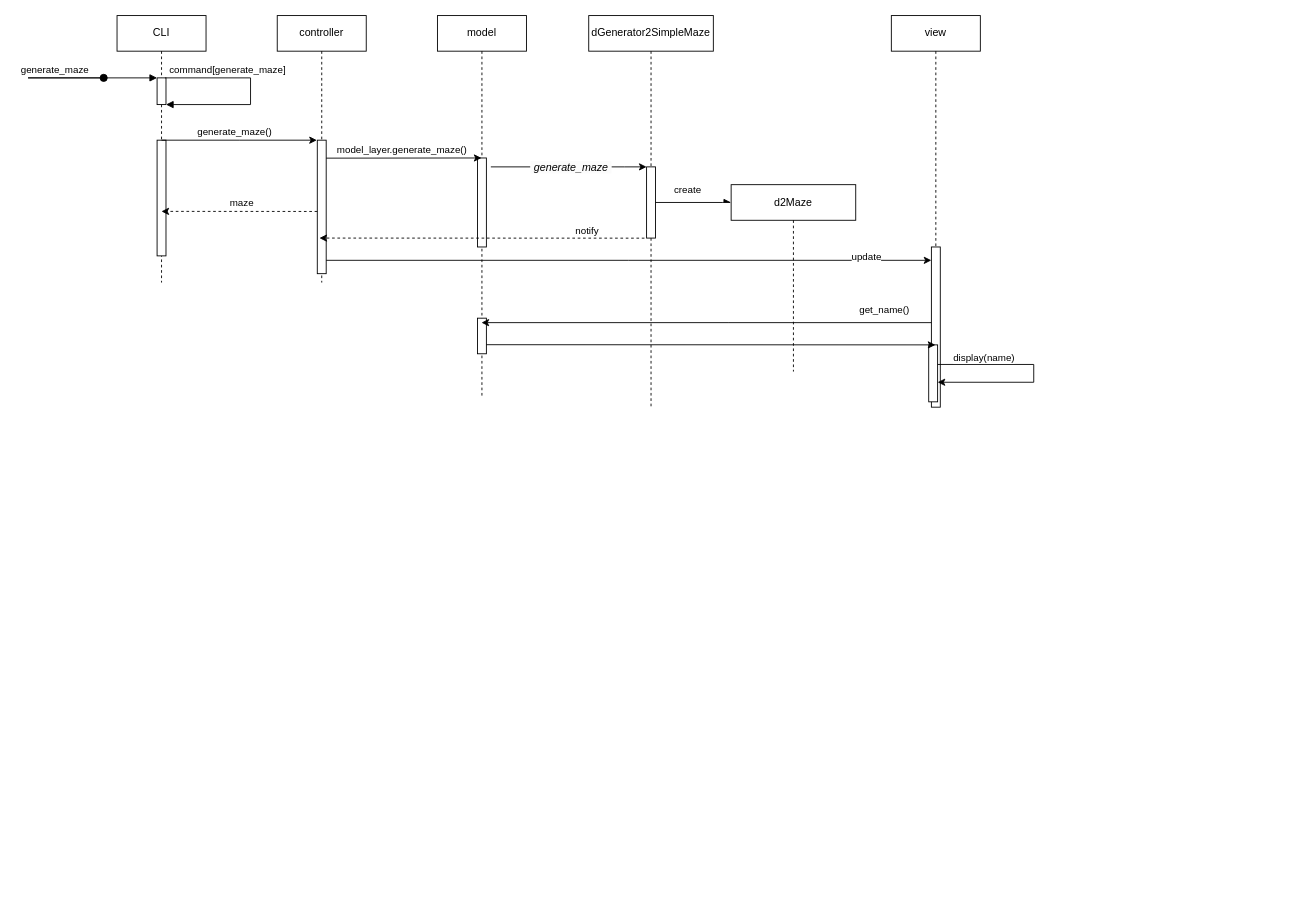
The draw.io diagram sequence.drawio in ronyzrihen/maze2d, before the edit. Source tidied: cells renumbered, new cells numbered last; positions are measured from the earlier drawing's top-left corner, leaving out a move shared by most shapes. Both pictures are drawn from the tidied source at 89%, with x=0, y=0 at pixel (28, 15).
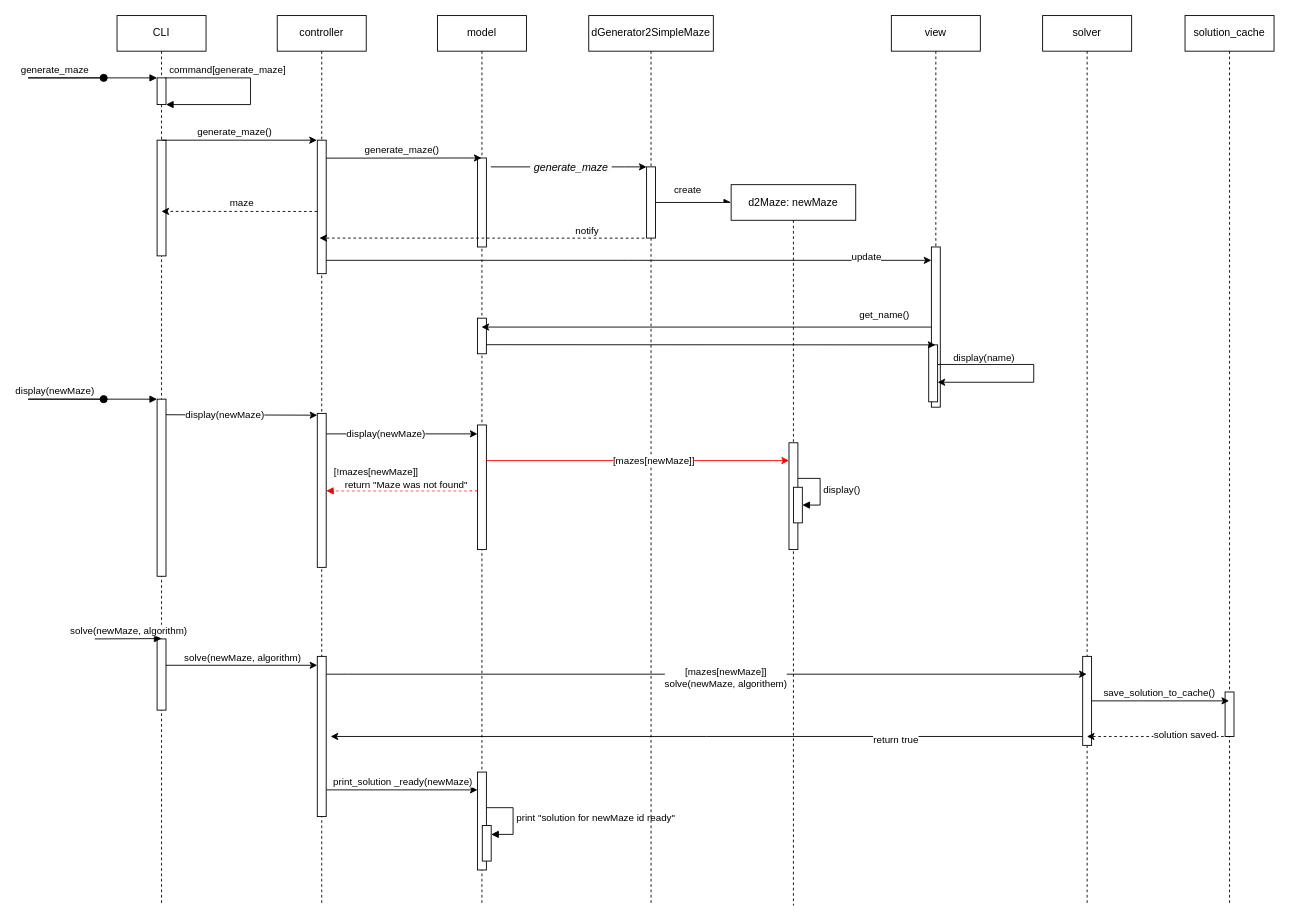
Above is the later version.

The change refers to these unchanged cells:
```xml
<mxCell id="14" style="edgeStyle=elbowEdgeStyle;rounded=0;orthogonalLoop=1;jettySize=auto;html=1;elbow=vertical;curved=0;" parent="1" edge="1">
  <mxGeometry relative="1" as="geometry">
    <mxPoint x="335" y="160.2" as="sourcePoint" />
    <mxPoint x="509.5" y="160.2" as="targetPoint" />
  </mxGeometry>
</mxCell>
```

Diff of the diagram source:
```diff
@@
     <mxCell id="2" value="CLI" style="shape=umlLifeline;perimeter=lifelinePerimeter;whiteSpace=wrap;html=1;newEdgeStyle={&quot;edgeStyle&quot;:&quot;elbowEdgeStyle&quot;,&quot;elbow&quot;:&quot;vertical&quot;,&quot;curved&quot;:0,&quot;rounded&quot;:0};" parent="1" vertex="1">
-      <mxGeometry x="100" width="100" height="300" as="geometry" />
+      <mxGeometry x="100" width="100" height="1000" as="geometry" />
     </mxCell>
@@
+    <mxCell id="37" style="html=1;points=[];perimeter=orthogonalPerimeter;outlineConnect=0;targetShapes=umlLifeline;portConstraint=eastwest;newEdgeStyle={&quot;edgeStyle&quot;:&quot;elbowEdgeStyle&quot;,&quot;elbow&quot;:&quot;vertical&quot;,&quot;curved&quot;:0,&quot;rounded&quot;:0};" parent="2" vertex="1">
+      <mxGeometry x="45" y="700.4" width="10" height="80" as="geometry" />
+    </mxCell>
+    <mxCell id="38" value="solve(newMaze, algorithm)" style="html=1;verticalAlign=bottom;endArrow=block;edgeStyle=elbowEdgeStyle;elbow=vertical;curved=0;rounded=0;" parent="2" edge="1" target="37">
+      <mxGeometry relative="1" as="geometry">
+        <mxPoint x="-25" y="700.4" as="sourcePoint" />
+      </mxGeometry>
+    </mxCell>
     <mxCell id="6" value="controller" style="shape=umlLifeline;perimeter=lifelinePerimeter;whiteSpace=wrap;html=1;newEdgeStyle={&quot;edgeStyle&quot;:&quot;elbowEdgeStyle&quot;,&quot;elbow&quot;:&quot;vertical&quot;,&quot;curved&quot;:0,&quot;rounded&quot;:0};" parent="1" vertex="1">
-      <mxGeometry x="280" width="100" height="300" as="geometry" />
+      <mxGeometry x="280" width="100" height="1000" as="geometry" />
     </mxCell>
@@
     <mxCell id="9" value="model" style="shape=umlLifeline;perimeter=lifelinePerimeter;whiteSpace=wrap;html=1;outlineConnect=0;portConstraint=eastwest;newEdgeStyle={&quot;edgeStyle&quot;:&quot;elbowEdgeStyle&quot;,&quot;elbow&quot;:&quot;vertical&quot;,&quot;curved&quot;:0,&quot;rounded&quot;:0};" parent="1" vertex="1">
-      <mxGeometry x="460" width="100" height="430" as="geometry" />
+      <mxGeometry x="460" width="100" height="1000" as="geometry" />
     </mxCell>
@@
+    <mxCell id="39" style="html=1;points=[];perimeter=orthogonalPerimeter;outlineConnect=0;targetShapes=umlLifeline;portConstraint=eastwest;newEdgeStyle={&quot;edgeStyle&quot;:&quot;elbowEdgeStyle&quot;,&quot;elbow&quot;:&quot;vertical&quot;,&quot;curved&quot;:0,&quot;rounded&quot;:0};" parent="9" vertex="1">
+      <mxGeometry x="45" y="460" width="10" height="140" as="geometry" />
+    </mxCell>
+    <mxCell id="40" style="html=1;points=[];perimeter=orthogonalPerimeter;outlineConnect=0;targetShapes=umlLifeline;portConstraint=eastwest;newEdgeStyle={&quot;edgeStyle&quot;:&quot;elbowEdgeStyle&quot;,&quot;elbow&quot;:&quot;vertical&quot;,&quot;curved&quot;:0,&quot;rounded&quot;:0};" parent="9" vertex="1">
+      <mxGeometry x="45" y="850" width="10" height="110" as="geometry" />
+    </mxCell>
+    <mxCell id="41" style="html=1;points=[];perimeter=orthogonalPerimeter;outlineConnect=0;targetShapes=umlLifeline;portConstraint=eastwest;newEdgeStyle={&quot;edgeStyle&quot;:&quot;elbowEdgeStyle&quot;,&quot;elbow&quot;:&quot;vertical&quot;,&quot;curved&quot;:0,&quot;rounded&quot;:0};" parent="9" vertex="1">
+      <mxGeometry x="50.4" y="910" width="10" height="40" as="geometry" />
+    </mxCell>
+    <mxCell id="42" value="print &quot;solution for newMaze id ready&quot;" style="html=1;align=left;spacingLeft=2;endArrow=block;rounded=0;edgeStyle=orthogonalEdgeStyle;curved=0;rounded=0;" parent="9" edge="1" target="41">
+      <mxGeometry relative="1" as="geometry">
+        <mxPoint x="55.4" y="890" as="sourcePoint" />
+        <Array as="points">
+          <mxPoint x="85" y="890" />
+          <mxPoint x="85" y="920" />
+        </Array>
+      </mxGeometry>
+    </mxCell>
@@
-    <mxCell id="15" value="model_layer.generate_maze()" style="edgeLabel;html=1;align=center;verticalAlign=middle;" parent="14" vertex="1">
+    <mxCell id="15" value="generate_maze()" style="edgeLabel;html=1;align=center;verticalAlign=middle;" parent="14" vertex="1">
       <mxGeometry x="-0.67" y="1" relative="1" as="geometry">
         <mxPoint x="56" y="-9" as="offset" />
       </mxGeometry>
     </mxCell>
     <mxCell id="16" value="dGenerator2SimpleMaze" style="shape=umlLifeline;perimeter=lifelinePerimeter;whiteSpace=wrap;html=1;newEdgeStyle={&quot;edgeStyle&quot;:&quot;elbowEdgeStyle&quot;,&quot;elbow&quot;:&quot;vertical&quot;,&quot;curved&quot;:0,&quot;rounded&quot;:0};" parent="1" vertex="1">
-      <mxGeometry x="630" width="140" height="440" as="geometry" />
+      <mxGeometry x="630" width="140" height="1000" as="geometry" />
     </mxCell>
@@
-    <mxCell id="24" value="d2Maze" style="shape=umlLifeline;perimeter=lifelinePerimeter;whiteSpace=wrap;html=1;newEdgeStyle={&quot;edgeStyle&quot;:&quot;elbowEdgeStyle&quot;,&quot;elbow&quot;:&quot;vertical&quot;,&quot;curved&quot;:0,&quot;rounded&quot;:0};" parent="1" vertex="1">
-      <mxGeometry x="790" y="190" width="140" height="210" as="geometry" />
+    <mxCell id="24" value="d2Maze: newMaze" style="shape=umlLifeline;perimeter=lifelinePerimeter;whiteSpace=wrap;html=1;newEdgeStyle={&quot;edgeStyle&quot;:&quot;elbowEdgeStyle&quot;,&quot;elbow&quot;:&quot;vertical&quot;,&quot;curved&quot;:0,&quot;rounded&quot;:0};" parent="1" vertex="1">
+      <mxGeometry x="790" y="190" width="140" height="810" as="geometry" />
     </mxCell>
+    <mxCell id="43" style="html=1;points=[];perimeter=orthogonalPerimeter;outlineConnect=0;targetShapes=umlLifeline;portConstraint=eastwest;newEdgeStyle={&quot;edgeStyle&quot;:&quot;elbowEdgeStyle&quot;,&quot;elbow&quot;:&quot;vertical&quot;,&quot;curved&quot;:0,&quot;rounded&quot;:0};" parent="24" vertex="1">
+      <mxGeometry x="65" y="290" width="10" height="120" as="geometry" />
+    </mxCell>
+    <mxCell id="44" style="html=1;points=[];perimeter=orthogonalPerimeter;outlineConnect=0;targetShapes=umlLifeline;portConstraint=eastwest;newEdgeStyle={&quot;edgeStyle&quot;:&quot;elbowEdgeStyle&quot;,&quot;elbow&quot;:&quot;vertical&quot;,&quot;curved&quot;:0,&quot;rounded&quot;:0};" parent="24" vertex="1">
+      <mxGeometry x="70" y="340" width="10" height="40" as="geometry" />
+    </mxCell>
+    <mxCell id="45" value="display()" style="html=1;align=left;spacingLeft=2;endArrow=block;rounded=0;edgeStyle=orthogonalEdgeStyle;curved=0;rounded=0;" parent="24" edge="1" source="43" target="44">
+      <mxGeometry relative="1" as="geometry">
+        <Array as="points">
+          <mxPoint x="100" y="330" />
+          <mxPoint x="100" y="360" />
+        </Array>
+      </mxGeometry>
+    </mxCell>
@@
+    <mxCell id="46" value="display(newMaze)" style="html=1;verticalAlign=bottom;startArrow=oval;endArrow=block;startSize=8;edgeStyle=elbowEdgeStyle;elbow=vertical;curved=0;rounded=0;" parent="1" edge="1" target="47">
+      <mxGeometry relative="1" as="geometry">
+        <mxPoint x="85" y="431" as="sourcePoint" />
+        <Array as="points">
+          <mxPoint y="431" />
+        </Array>
+      </mxGeometry>
+    </mxCell>
+    <mxCell id="47" style="html=1;points=[];perimeter=orthogonalPerimeter;outlineConnect=0;targetShapes=umlLifeline;portConstraint=eastwest;newEdgeStyle={&quot;edgeStyle&quot;:&quot;elbowEdgeStyle&quot;,&quot;elbow&quot;:&quot;vertical&quot;,&quot;curved&quot;:0,&quot;rounded&quot;:0};" parent="1" vertex="1">
+      <mxGeometry x="145" y="431" width="10" height="199" as="geometry" />
+    </mxCell>
+    <mxCell id="48" style="edgeStyle=elbowEdgeStyle;rounded=0;jettySize=auto;html=1;elbow=vertical;curved=0;" parent="1" edge="1" target="50">
+      <mxGeometry relative="1" as="geometry">
+        <mxPoint x="155" y="448.5" as="sourcePoint" />
+      </mxGeometry>
+    </mxCell>
+    <mxCell id="49" value="display(newMaze)" style="edgeLabel;html=1;align=center;verticalAlign=middle;" parent="48" vertex="1">
+      <mxGeometry x="-0.22" y="2" relative="1" as="geometry">
+        <mxPoint y="1" as="offset" />
+      </mxGeometry>
+    </mxCell>
+    <mxCell id="50" style="html=1;points=[];perimeter=orthogonalPerimeter;outlineConnect=0;targetShapes=umlLifeline;portConstraint=eastwest;newEdgeStyle={&quot;edgeStyle&quot;:&quot;elbowEdgeStyle&quot;,&quot;elbow&quot;:&quot;vertical&quot;,&quot;curved&quot;:0,&quot;rounded&quot;:0};" parent="1" vertex="1">
+      <mxGeometry x="325" y="447" width="10" height="173" as="geometry" />
+    </mxCell>
+    <mxCell id="51" style="edgeStyle=elbowEdgeStyle;rounded=0;orthogonalLoop=1;jettySize=auto;html=1;elbow=vertical;curved=0;" parent="1" edge="1">
+      <mxGeometry relative="1" as="geometry">
+        <mxPoint x="335" y="470" as="sourcePoint" />
+        <mxPoint x="505" y="470" as="targetPoint" />
+      </mxGeometry>
+    </mxCell>
+    <mxCell id="52" value="display(newMaze)" style="edgeLabel;html=1;align=center;verticalAlign=middle;" parent="51" vertex="1">
+      <mxGeometry x="-0.22" y="2" relative="1" as="geometry">
+        <mxPoint y="1" as="offset" />
+      </mxGeometry>
+    </mxCell>
+    <mxCell id="53" style="edgeStyle=elbowEdgeStyle;rounded=0;orthogonalLoop=1;jettySize=auto;html=1;elbow=vertical;curved=0;strokeColor=#FF0000;" parent="1" edge="1">
+      <mxGeometry relative="1" as="geometry">
+        <mxPoint x="515" y="500" as="sourcePoint" />
+        <mxPoint x="855" y="500.1" as="targetPoint" />
+      </mxGeometry>
+    </mxCell>
+    <mxCell id="54" value="[mazes[newMaze]]" style="edgeLabel;html=1;align=center;verticalAlign=middle;" parent="53" vertex="1">
+      <mxGeometry x="0.1" y="1" relative="1" as="geometry" />
+    </mxCell>
+    <mxCell id="55" value="[!mazes[newMaze]]&lt;br&gt;&amp;nbsp; &amp;nbsp; return &quot;Maze was not found&quot;" style="html=1;align=left;spacingLeft=2;endArrow=block;rounded=0;edgeStyle=orthogonalEdgeStyle;curved=0;rounded=0;dashed=1;strokeColor=#FF0000;" parent="1" edge="1" source="39" target="50">
+      <mxGeometry x="0.94" y="-14" relative="1" as="geometry">
+        <Array as="points">
+          <mxPoint x="400" y="534" />
+        </Array>
+      </mxGeometry>
+    </mxCell>
+    <mxCell id="56" value="solver" style="shape=umlLifeline;perimeter=lifelinePerimeter;whiteSpace=wrap;html=1;newEdgeStyle={&quot;edgeStyle&quot;:&quot;elbowEdgeStyle&quot;,&quot;elbow&quot;:&quot;vertical&quot;,&quot;curved&quot;:0,&quot;rounded&quot;:0};" parent="1" vertex="1">
+      <mxGeometry x="1140" width="100" height="1000" as="geometry" />
+    </mxCell>
+    <mxCell id="57" style="edgeStyle=elbowEdgeStyle;rounded=0;jettySize=auto;html=1;elbow=vertical;curved=0;" parent="56" edge="1" source="59">
+      <mxGeometry relative="1" as="geometry">
+        <mxPoint x="-800" y="810" as="targetPoint" />
+      </mxGeometry>
+    </mxCell>
+    <mxCell id="58" value="return true" style="edgeLabel;html=1;align=center;verticalAlign=middle;" parent="57" vertex="1">
+      <mxGeometry x="-0.5" y="3" relative="1" as="geometry" />
+    </mxCell>
+    <mxCell id="59" style="html=1;points=[];perimeter=orthogonalPerimeter;outlineConnect=0;targetShapes=umlLifeline;portConstraint=eastwest;newEdgeStyle={&quot;edgeStyle&quot;:&quot;elbowEdgeStyle&quot;,&quot;elbow&quot;:&quot;vertical&quot;,&quot;curved&quot;:0,&quot;rounded&quot;:0};" parent="56" vertex="1">
+      <mxGeometry x="45" y="720" width="10" height="100" as="geometry" />
+    </mxCell>
+    <mxCell id="60" style="edgeStyle=elbowEdgeStyle;rounded=0;orthogonalLoop=1;jettySize=auto;html=1;elbow=vertical;curved=0;" parent="1" edge="1">
+      <mxGeometry relative="1" as="geometry">
+        <mxPoint x="335" y="740" as="sourcePoint" />
+        <mxPoint x="1189.5" y="740" as="targetPoint" />
+        <Array as="points">
+          <mxPoint x="360" y="740" />
+        </Array>
+      </mxGeometry>
+    </mxCell>
+    <mxCell id="61" value="[mazes[newMaze]]&lt;br&gt;solve(newMaze, algorithem)" style="edgeLabel;html=1;align=center;verticalAlign=middle;" parent="60" vertex="1">
+      <mxGeometry x="0.05" y="-3" relative="1" as="geometry">
+        <mxPoint x="-1" as="offset" />
+      </mxGeometry>
+    </mxCell>
+    <mxCell id="62" style="edgeStyle=elbowEdgeStyle;rounded=0;orthogonalLoop=1;jettySize=auto;html=1;elbow=vertical;curved=0;" parent="1" edge="1">
+      <mxGeometry relative="1" as="geometry">
+        <mxPoint x="155" y="730" as="sourcePoint" />
+        <mxPoint x="325" y="730" as="targetPoint" />
+      </mxGeometry>
+    </mxCell>
+    <mxCell id="63" value="solve(newMaze, algorithm)" style="edgeLabel;html=1;align=center;verticalAlign=middle;" parent="62" vertex="1">
+      <mxGeometry x="0.2" y="-2" relative="1" as="geometry">
+        <mxPoint x="-17" y="-11" as="offset" />
+      </mxGeometry>
+    </mxCell>
+    <mxCell id="64" style="edgeStyle=elbowEdgeStyle;rounded=0;jettySize=auto;html=1;elbow=vertical;curved=0;" parent="1" edge="1" target="40">
+      <mxGeometry relative="1" as="geometry">
+        <mxPoint x="335" y="870" as="sourcePoint" />
+      </mxGeometry>
+    </mxCell>
+    <mxCell id="65" value="print_solution _ready(newMaze)" style="edgeLabel;html=1;align=center;verticalAlign=middle;" parent="64" vertex="1">
+      <mxGeometry relative="1" as="geometry">
+        <mxPoint y="-10" as="offset" />
+      </mxGeometry>
+    </mxCell>
+    <mxCell id="66" style="html=1;perimeter=orthogonalPerimeter;targetShapes=umlLifeline;newEdgeStyle={&quot;edgeStyle&quot;:&quot;elbowEdgeStyle&quot;,&quot;elbow&quot;:&quot;vertical&quot;,&quot;curved&quot;:0,&quot;rounded&quot;:0};" parent="1" vertex="1">
+      <mxGeometry x="325" y="720" width="10" height="180" as="geometry" />
+    </mxCell>
+    <mxCell id="67" value="solution_cache" style="shape=umlLifeline;perimeter=lifelinePerimeter;whiteSpace=wrap;html=1;outlineConnect=0;portConstraint=eastwest;newEdgeStyle={&quot;edgeStyle&quot;:&quot;elbowEdgeStyle&quot;,&quot;elbow&quot;:&quot;vertical&quot;,&quot;curved&quot;:0,&quot;rounded&quot;:0};" parent="1" vertex="1">
+      <mxGeometry x="1300" width="100" height="1000" as="geometry" />
+    </mxCell>
+    <mxCell id="68" style="html=1;perimeter=orthogonalPerimeter;targetShapes=umlLifeline;newEdgeStyle={&quot;edgeStyle&quot;:&quot;elbowEdgeStyle&quot;,&quot;elbow&quot;:&quot;vertical&quot;,&quot;curved&quot;:0,&quot;rounded&quot;:0};" parent="67" vertex="1">
+      <mxGeometry x="45" y="760" width="10" height="50" as="geometry" />
+    </mxCell>
+    <mxCell id="69" style="edgeStyle=elbowEdgeStyle;rounded=0;jettySize=auto;html=1;elbow=vertical;curved=0;" parent="1" edge="1" source="59" target="67">
+      <mxGeometry relative="1" as="geometry" />
+    </mxCell>
+    <mxCell id="70" value="save_solution_to_cache()" style="edgeLabel;html=1;align=center;verticalAlign=middle;" parent="69" vertex="1">
+      <mxGeometry x="0.32" y="-1" relative="1" as="geometry">
+        <mxPoint x="-27" y="-11" as="offset" />
+      </mxGeometry>
+    </mxCell>
+    <mxCell id="71" style="edgeStyle=elbowEdgeStyle;rounded=0;jettySize=auto;html=1;elbow=horizontal;curved=0;dashed=1;" parent="1" edge="1" source="67">
+      <mxGeometry relative="1" as="geometry">
+        <mxPoint x="1189.7" y="810" as="targetPoint" />
+        <Array as="points">
+          <mxPoint x="1300" y="810" />
+        </Array>
+      </mxGeometry>
+    </mxCell>
+    <mxCell id="72" value="solution saved" style="edgeLabel;html=1;align=center;verticalAlign=middle;" parent="71" vertex="1">
+      <mxGeometry x="-0.38" y="-3" relative="1" as="geometry" />
+    </mxCell>
```
